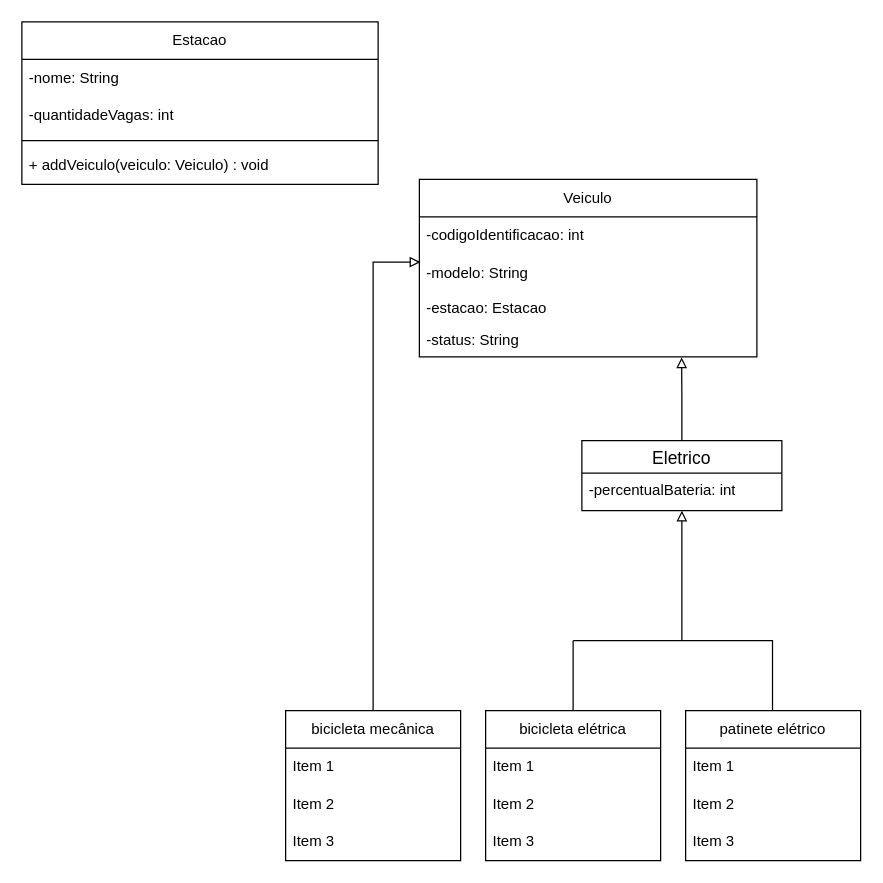
The draw.io diagram trabalhoPOO.drawio in Seyf3rt/TrabalhoPOO, before the edit. Source tidied: cells renumbered, new cells numbered last; positions are measured from the earlier drawing's top-left corner, leaving out a move shared by most shapes. Both pictures are drawn from the tidied source at 125%, with x=0, y=0 at pixel (21, 21).
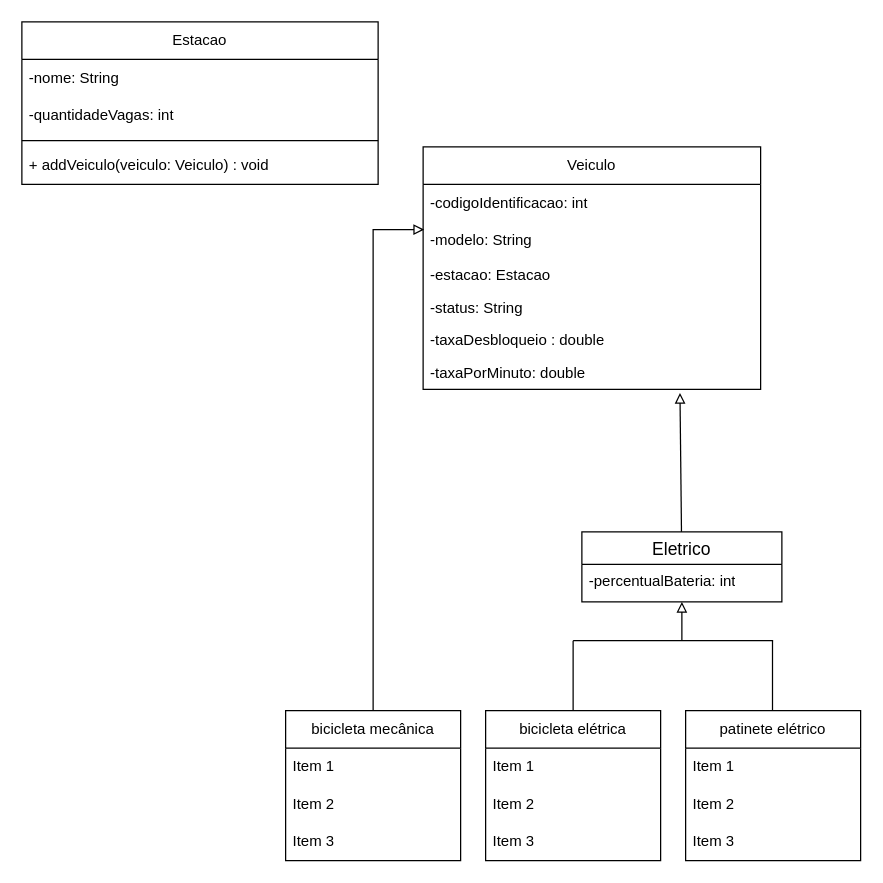
Above is the later version.

The change refers to these unchanged cells:
```xml
<mxCell id="11" value="-status: String" style="text;strokeColor=none;fillColor=none;align=left;verticalAlign=middle;spacingLeft=4;spacingRight=4;overflow=hidden;points=[[0,0.5],[1,0.5]];portConstraint=eastwest;whiteSpace=wrap;html=1;" parent="7" vertex="1">
  <mxGeometry y="116" width="270" height="26" as="geometry" />
</mxCell>
```

Change to the diagram source:
```diff
@@
-<mxGraphModel>
+<mxGraphModel background="light-dark(#FFFFFF,#121212)">
@@
     <mxCell id="7" value="Veiculo" style="swimlane;fontStyle=0;horizontal=1;startSize=30;whiteSpace=wrap;html=1;" parent="1" vertex="1">
-      <mxGeometry x="318" y="126" width="270" height="142" as="geometry" />
+      <mxGeometry x="321" y="100" width="270" height="194" as="geometry" />
     </mxCell>
@@
+    <mxCell id="32" value="-taxaDesbloqueio : double" style="text;strokeColor=none;fillColor=none;align=left;verticalAlign=middle;spacingLeft=4;spacingRight=4;overflow=hidden;whiteSpace=wrap;html=1;" parent="7" vertex="1">
+      <mxGeometry y="142" width="270" height="26" as="geometry" />
+    </mxCell>
+    <mxCell id="33" value="-taxaPorMinuto: double" style="text;strokeColor=none;fillColor=none;align=left;verticalAlign=middle;spacingLeft=4;spacingRight=4;overflow=hidden;points=[[0,0.5],[1,0.5]];portConstraint=eastwest;whiteSpace=wrap;html=1;" parent="7" vertex="1">
+      <mxGeometry y="168" width="270" height="26" as="geometry" />
+    </mxCell>
@@
-    <mxCell id="26" style="edgeStyle=orthogonalEdgeStyle;rounded=0;jettySize=auto;html=1;defaultLabelBackgroundColor=page;labelPadding=0 4;endArrow=block;endFill=0;entryX=0.777;entryY=1.016;entryDx=0;entryDy=0;entryPerimeter=0;" parent="1" edge="1" source="27" target="11">
-      <mxGeometry x="-0.04" relative="1" as="geometry" />
+    <mxCell id="26" style="rounded=0;jettySize=auto;html=1;defaultLabelBackgroundColor=page;labelPadding=0 4;endArrow=block;endFill=0;entryX=0.761;entryY=1.109;entryDx=0;entryDy=0;entryPerimeter=0;" parent="1" edge="1" source="27" target="33">
+      <mxGeometry x="-0.05" relative="1" as="geometry" />
     </mxCell>
     <mxCell id="27" value="Eletrico" style="swimlane;fontStyle=0;horizontal=1;startSize=26;align=center;fontSize=14;" parent="1" vertex="1">
-      <mxGeometry x="448" y="335" width="160" height="56" as="geometry" />
+      <mxGeometry x="448" y="408" width="160" height="56" as="geometry" />
     </mxCell>
```
